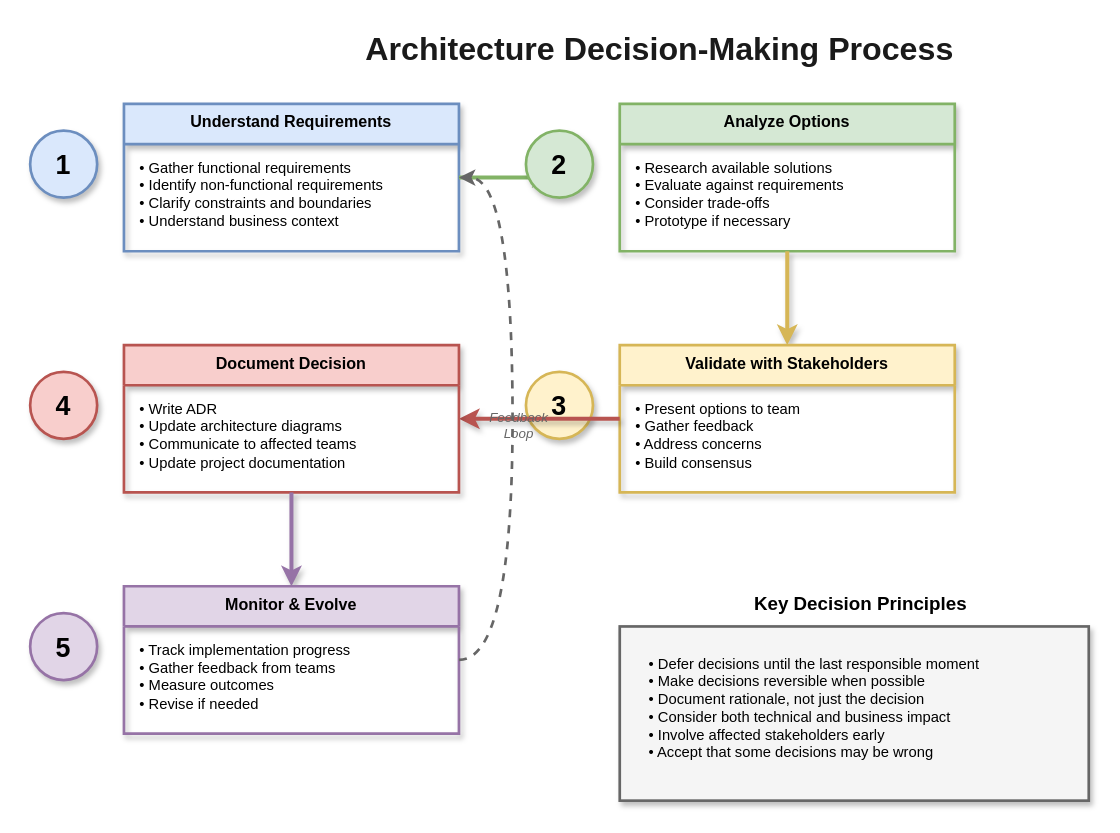
Above: lesson-00-software-architect-overview/01-how-a-software-architect-works/1.4-decision-making-process.drawio in MrParkerZ7/document-lesson-software-architect-x-claude (draw.io), before the change. Source tidied: cells renumbered, new cells numbered last; positions are measured from the earlier drawing's top-left corner, leaving out a move shared by most shapes. Both pictures are drawn from the tidied source at 134%, with x=0, y=0 at pixel (29, 23).
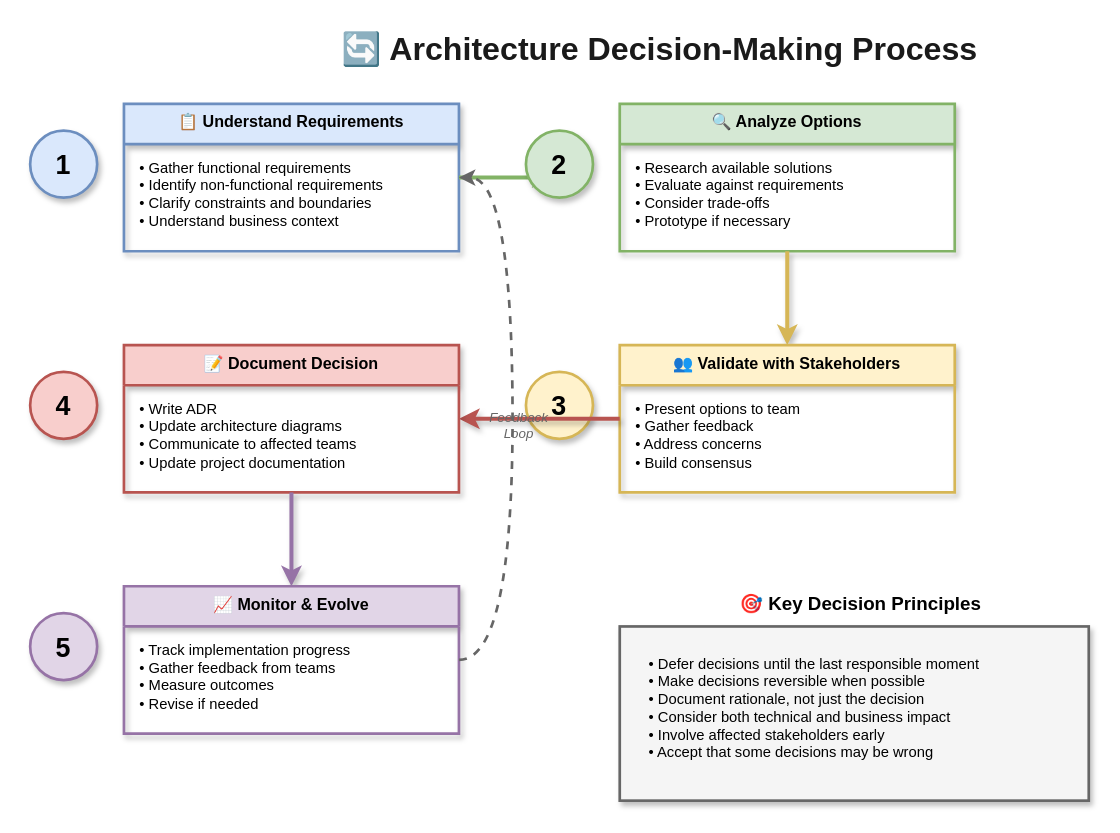
The same page after the edit.

Change to the diagram source:
```diff
@@
-    <mxCell id="2" value="Architecture Decision-Making Process" style="text;html=1;strokeColor=none;fillColor=none;align=center;verticalAlign=middle;whiteSpace=wrap;rounded=0;fontSize=24;fontStyle=1;fontColor=#1a1a1a;" parent="1" vertex="1">
+    <mxCell id="2" value="🔄 Architecture Decision-Making Process" style="text;html=1;strokeColor=none;fillColor=none;align=center;verticalAlign=middle;whiteSpace=wrap;rounded=0;fontSize=24;fontStyle=1;fontColor=#1a1a1a;" parent="1" vertex="1">
       <mxGeometry x="220" width="500" height="40" as="geometry" />
     </mxCell>
@@
-    <mxCell id="4" value="Understand Requirements" style="swimlane;fontStyle=1;align=center;verticalAlign=top;horizontal=1;startSize=30;fillColor=#dae8fc;strokeColor=#6c8ebf;fontSize=12;rounded=0;shadow=1;strokeWidth=2;" parent="1" vertex="1">
+    <mxCell id="4" value="📋 Understand Requirements" style="swimlane;fontStyle=1;align=center;verticalAlign=top;horizontal=1;startSize=30;fillColor=#dae8fc;strokeColor=#6c8ebf;fontSize=12;rounded=0;shadow=1;strokeWidth=2;" parent="1" vertex="1">
       <mxGeometry x="70" y="60" width="250" height="110" as="geometry" />
     </mxCell>
@@
-    <mxCell id="8" value="Analyze Options" style="swimlane;fontStyle=1;align=center;verticalAlign=top;horizontal=1;startSize=30;fillColor=#d5e8d4;strokeColor=#82b366;fontSize=12;rounded=0;shadow=1;strokeWidth=2;" parent="1" vertex="1">
+    <mxCell id="8" value="🔍 Analyze Options" style="swimlane;fontStyle=1;align=center;verticalAlign=top;horizontal=1;startSize=30;fillColor=#d5e8d4;strokeColor=#82b366;fontSize=12;rounded=0;shadow=1;strokeWidth=2;" parent="1" vertex="1">
       <mxGeometry x="440" y="60" width="250" height="110" as="geometry" />
     </mxCell>
@@
-    <mxCell id="12" value="Validate with Stakeholders" style="swimlane;fontStyle=1;align=center;verticalAlign=top;horizontal=1;startSize=30;fillColor=#fff2cc;strokeColor=#d6b656;fontSize=12;rounded=0;shadow=1;strokeWidth=2;" parent="1" vertex="1">
+    <mxCell id="12" value="👥 Validate with Stakeholders" style="swimlane;fontStyle=1;align=center;verticalAlign=top;horizontal=1;startSize=30;fillColor=#fff2cc;strokeColor=#d6b656;fontSize=12;rounded=0;shadow=1;strokeWidth=2;" parent="1" vertex="1">
       <mxGeometry x="440" y="240" width="250" height="110" as="geometry" />
     </mxCell>
@@
-    <mxCell id="16" value="Document Decision" style="swimlane;fontStyle=1;align=center;verticalAlign=top;horizontal=1;startSize=30;fillColor=#f8cecc;strokeColor=#b85450;fontSize=12;rounded=0;shadow=1;strokeWidth=2;" parent="1" vertex="1">
+    <mxCell id="16" value="📝 Document Decision" style="swimlane;fontStyle=1;align=center;verticalAlign=top;horizontal=1;startSize=30;fillColor=#f8cecc;strokeColor=#b85450;fontSize=12;rounded=0;shadow=1;strokeWidth=2;" parent="1" vertex="1">
       <mxGeometry x="70" y="240" width="250" height="110" as="geometry" />
     </mxCell>
@@
-    <mxCell id="20" value="Monitor &amp; Evolve" style="swimlane;fontStyle=1;align=center;verticalAlign=top;horizontal=1;startSize=30;fillColor=#e1d5e7;strokeColor=#9673a6;fontSize=12;rounded=0;shadow=1;strokeWidth=2;" parent="1" vertex="1">
+    <mxCell id="20" value="📈 Monitor &amp; Evolve" style="swimlane;fontStyle=1;align=center;verticalAlign=top;horizontal=1;startSize=30;fillColor=#e1d5e7;strokeColor=#9673a6;fontSize=12;rounded=0;shadow=1;strokeWidth=2;" parent="1" vertex="1">
       <mxGeometry x="70" y="420" width="250" height="110" as="geometry" />
     </mxCell>
@@
-    <mxCell id="24" value="Key Decision Principles" style="text;html=1;strokeColor=none;fillColor=none;align=center;verticalAlign=middle;whiteSpace=wrap;rounded=0;fontSize=14;fontStyle=1;" parent="1" vertex="1">
+    <mxCell id="24" value="🎯 Key Decision Principles" style="text;html=1;strokeColor=none;fillColor=none;align=center;verticalAlign=middle;whiteSpace=wrap;rounded=0;fontSize=14;fontStyle=1;" parent="1" vertex="1">
       <mxGeometry x="520" y="420" width="200" height="25" as="geometry" />
     </mxCell>
```
